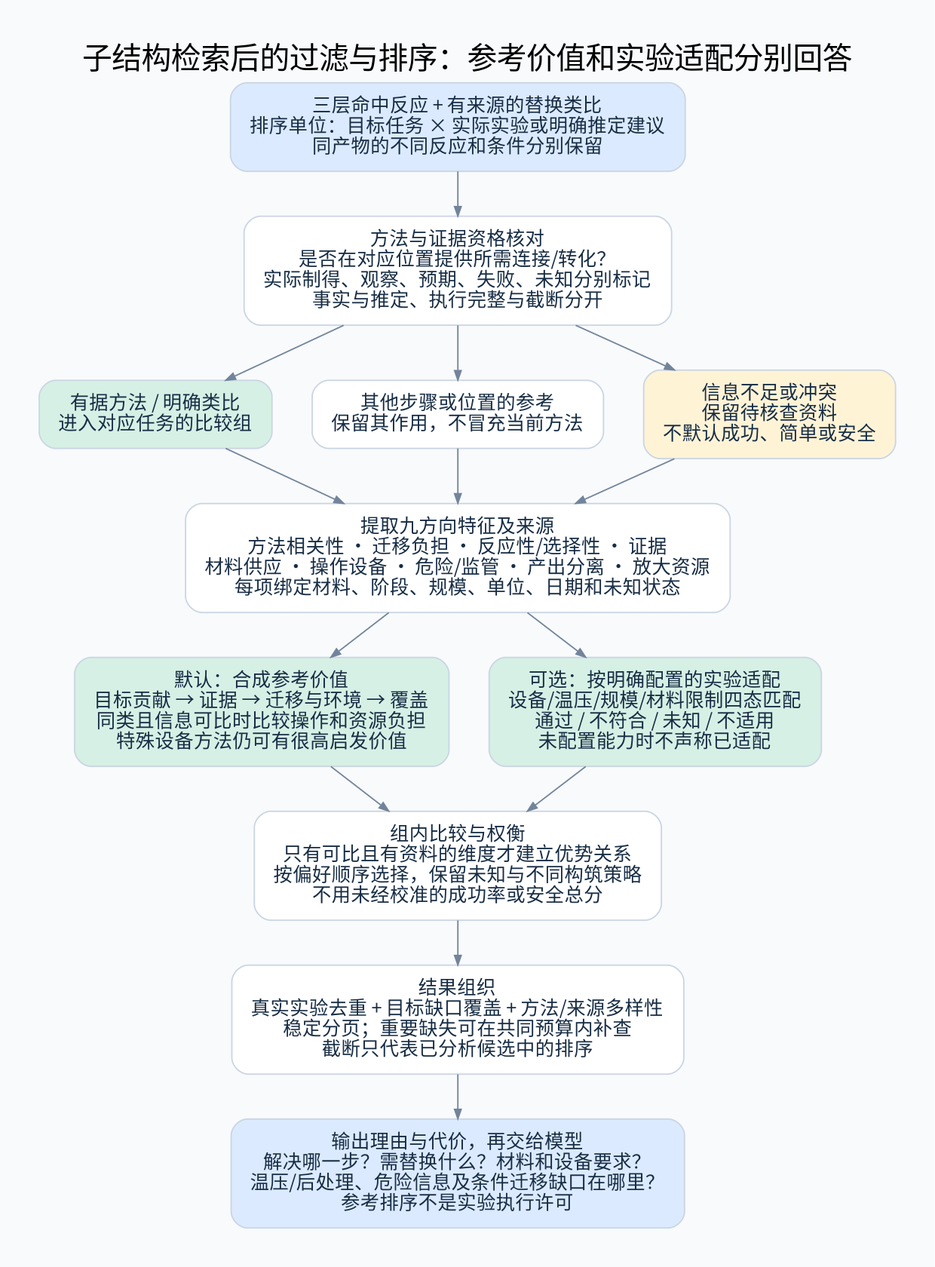
Before: diagrams/result-ranking.png, a diagram exported from Graphviz (825728139/substructure_search). Its source is kept beside it as diagrams/result-ranking.dot. Source of this version:
```dot
digraph G {

graph [rankdir=TB, bgcolor="#F8FAFC", pad="0.4", nodesep="0.40", ranksep="0.46", fontname="Noto Sans CJK SC", fontsize=22, labelloc=t];
node [shape=box, style="rounded,filled", fillcolor="white", color="#CAD5E2", fontcolor="#172D45", fontname="Noto Sans CJK SC", fontsize=14, margin="0.20,0.14"];
edge [color="#72849B", arrowsize=0.7, fontname="Noto Sans CJK SC", fontsize=11, fontcolor="#526477"];

label="子结构检索后的过滤与排序：参考价值和实验适配分别回答";
a [label="三层命中反应 + 有来源的替换类比
排序单位：目标任务 × 实际实验或明确推定建议
同产物的不同反应和条件分别保留", fillcolor="#DBEAFE"];
b [label="方法与证据资格核对
是否在对应位置提供所需连接/转化？
实际制得、观察、预期、失败、未知分别标记
事实与推定、执行完整与截断分开"];
good [label="有据方法 / 明确类比
进入对应任务的比较组", fillcolor="#D6F0E5"];
other [label="其他步骤或位置的参考
保留其作用，不冒充当前方法"];
unknown [label="信息不足或冲突
保留待核查资料
不默认成功、简单或安全", fillcolor="#FFF3D6"];
feat [label="提取九方向特征及来源
方法相关性 · 迁移负担 · 反应性/选择性 · 证据
材料供应 · 操作设备 · 危险/监管 · 产出分离 · 放大资源
每项绑定材料、阶段、规模、单位、日期和未知状态"];
ref [label="默认：合成参考价值
目标贡献 → 证据 → 迁移与环境 → 覆盖
同类且信息可比时比较操作和资源负担
特殊设备方法仍可有很高启发价值", fillcolor="#D6F0E5"];
lab [label="可选：按明确配置的实验适配
设备/温压/规模/材料限制四态匹配
通过 / 不符合 / 未知 / 不适用
未配置能力时不声称已适配", fillcolor="#D6F0E5"];
compare [label="组内比较与权衡
只有可比且有资料的维度才建立优势关系
按偏好顺序选择，保留未知与不同构筑策略
不用未经校准的成功率或安全总分"];
select [label="结果组织
真实实验去重 + 目标缺口覆盖 + 方法/来源多样性
稳定分页；重要缺失可在共同预算内补查
截断只代表已分析候选中的排序"];
result [label="输出理由与代价，再交给模型
解决哪一步？需替换什么？材料和设备要求？
温压/后处理、危险信息及条件迁移缺口在哪里？
参考排序不是实验执行许可", fillcolor="#DBEAFE"];
a -> b;
b -> good; b -> other; b -> unknown;
good -> feat; other -> feat; unknown -> feat;
feat -> ref; feat -> lab;
ref -> compare; lab -> compare;
compare -> select -> result;
}
```
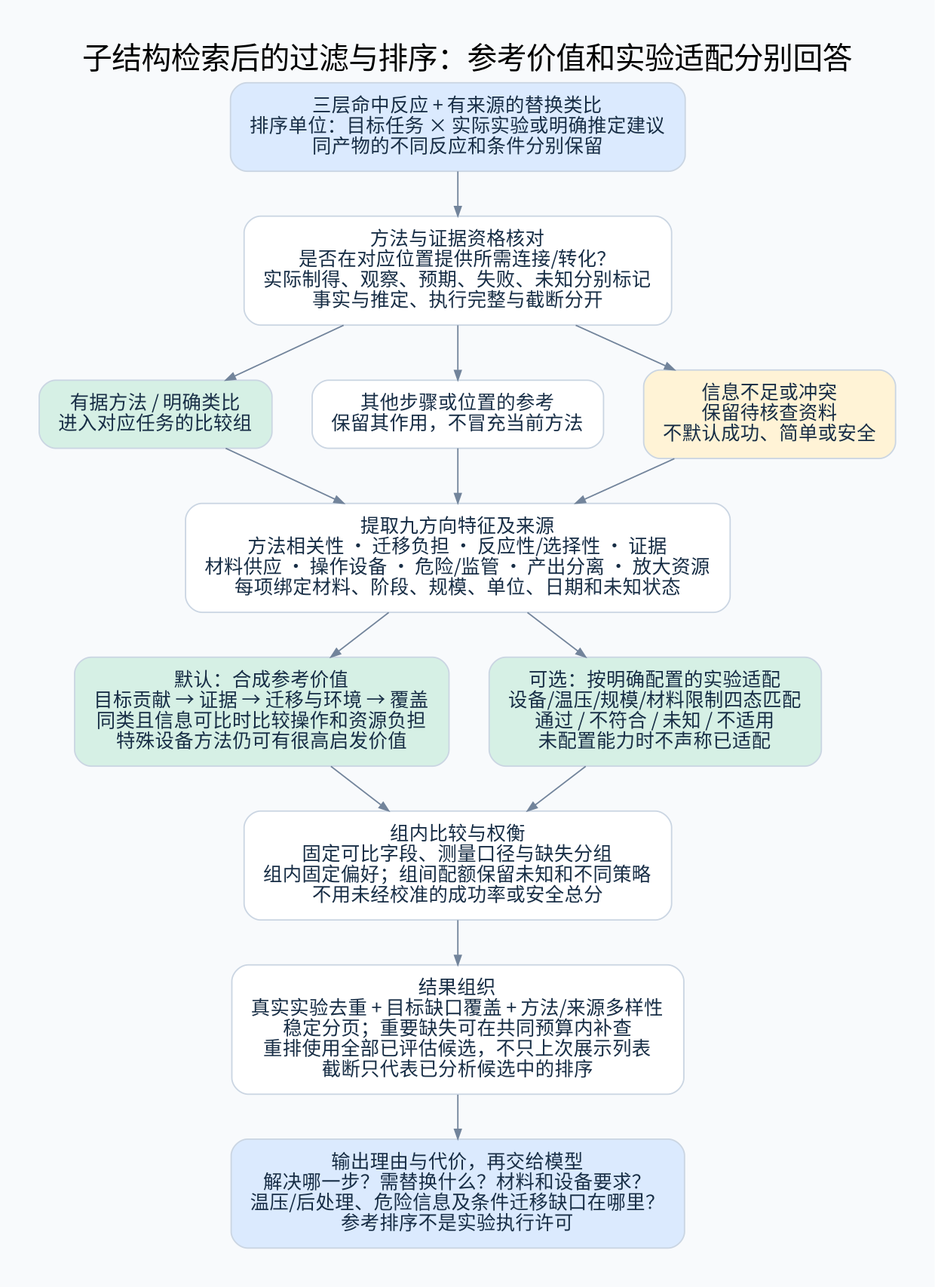
After the commit.

Diff of the diagram source:
```diff
@@ -32,12 +32,13 @@
 通过 / 不符合 / 未知 / 不适用
 未配置能力时不声称已适配", fillcolor="#D6F0E5"];
 compare [label="组内比较与权衡
-只有可比且有资料的维度才建立优势关系
-按偏好顺序选择，保留未知与不同构筑策略
+固定可比字段、测量口径与缺失分组
+组内固定偏好；组间配额保留未知和不同策略
 不用未经校准的成功率或安全总分"];
 select [label="结果组织
 真实实验去重 + 目标缺口覆盖 + 方法/来源多样性
 稳定分页；重要缺失可在共同预算内补查
+重排使用全部已评估候选，不只上次展示列表
 截断只代表已分析候选中的排序"];
 result [label="输出理由与代价，再交给模型
 解决哪一步？需替换什么？材料和设备要求？
```
